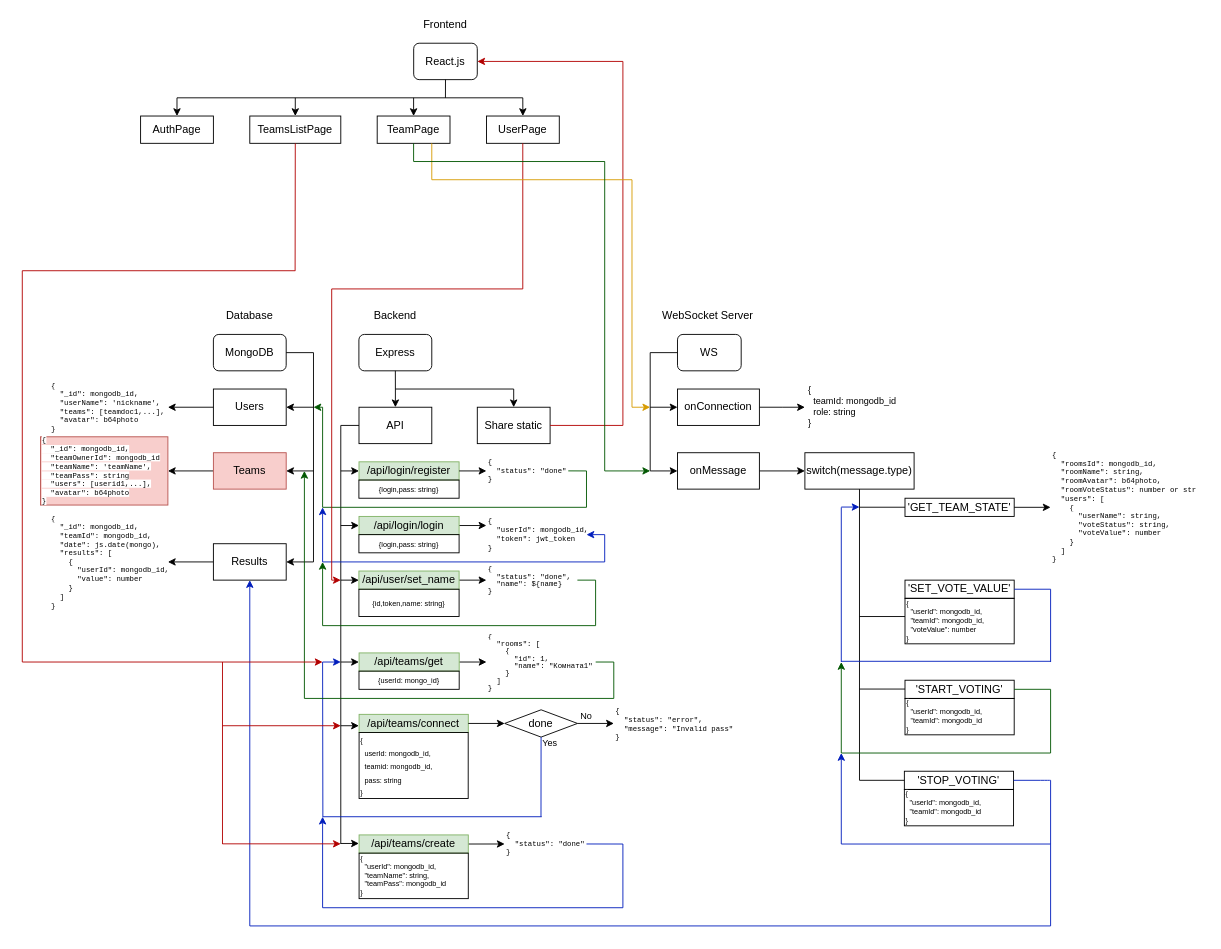
The draw.io diagram poker.drawio in qavan/planning-poker, before the edit. Source tidied: cells renumbered, new cells numbered last; positions are measured from the earlier drawing's top-left corner, leaving out a move shared by most shapes. Both pictures are drawn from the tidied source at 91%, with x=0, y=0 at pixel (22, 15).
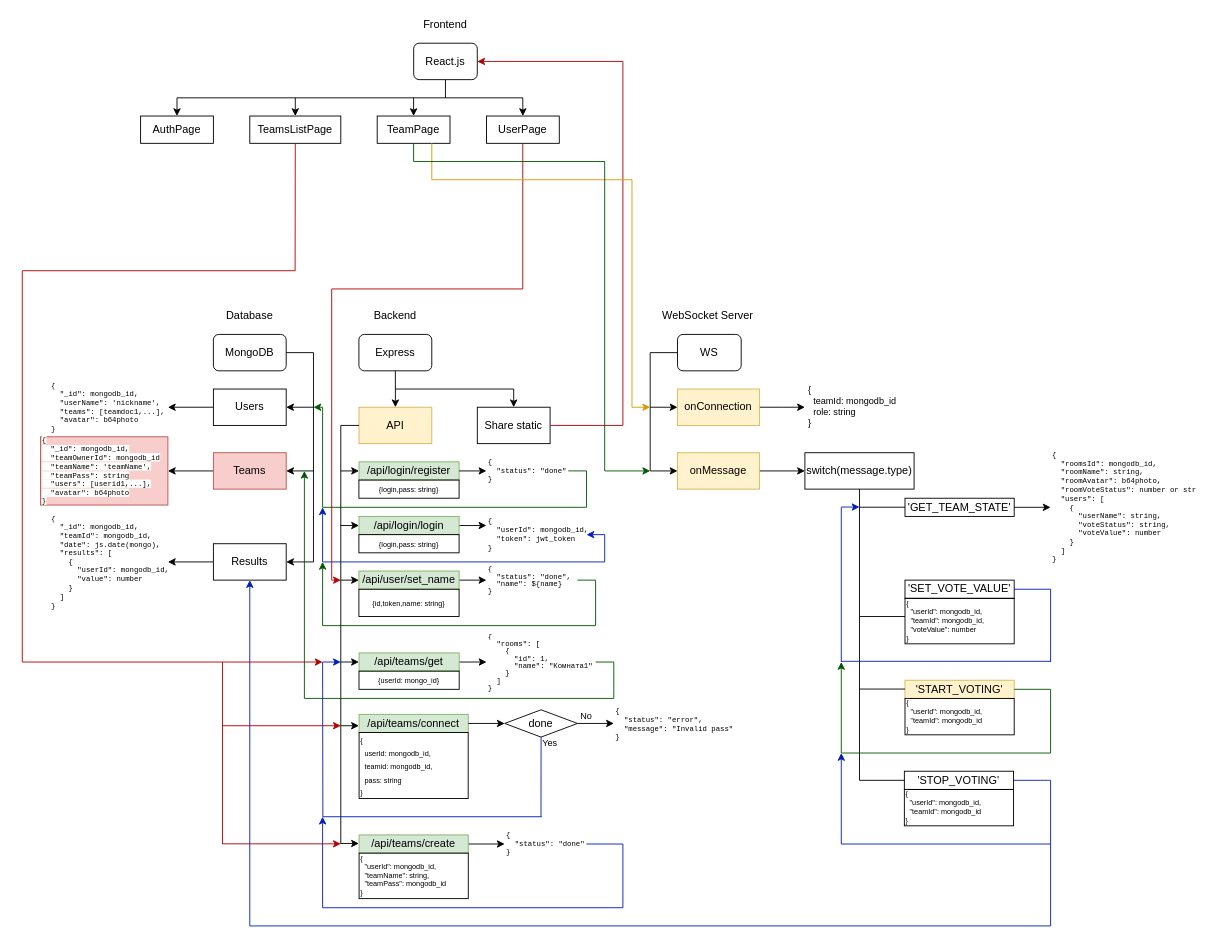
Above is the later version.

Commit message (it also covers changes not shown here):
TODO: configure ws

Change to the diagram source:
```diff
@@
-    <mxCell id="5" value="onConnection" style="rounded=0;whiteSpace=wrap;html=1;" parent="1" vertex="1">
+    <mxCell id="5" value="onConnection" style="rounded=0;whiteSpace=wrap;html=1;fillColor=#fff2cc;strokeColor=#d6b656;" parent="1" vertex="1">
       <mxGeometry x="720" y="410" width="90" height="40" as="geometry" />
     </mxCell>
@@
-    <mxCell id="7" value="onMessage" style="rounded=0;whiteSpace=wrap;html=1;" parent="1" vertex="1">
+    <mxCell id="7" value="onMessage" style="rounded=0;whiteSpace=wrap;html=1;fillColor=#fff2cc;strokeColor=#d6b656;" parent="1" vertex="1">
       <mxGeometry x="720" y="480" width="90" height="40" as="geometry" />
     </mxCell>
@@
-    <mxCell id="49" value="API" style="rounded=0;whiteSpace=wrap;html=1;" parent="1" vertex="1">
+    <mxCell id="49" value="API" style="rounded=0;whiteSpace=wrap;html=1;fillColor=#fff2cc;strokeColor=#d6b656;" parent="1" vertex="1">
       <mxGeometry x="370" y="430" width="80" height="40" as="geometry" />
     </mxCell>
@@
-    <mxCell id="95" value="'START_VOTING'" style="text;html=1;strokeColor=#000000;fillColor=none;align=center;verticalAlign=middle;whiteSpace=wrap;rounded=0;" parent="1" vertex="1">
+    <mxCell id="95" value="'START_VOTING'" style="text;html=1;strokeColor=#d6b656;fillColor=#fff2cc;align=center;verticalAlign=middle;whiteSpace=wrap;rounded=0;" parent="1" vertex="1">
       <mxGeometry x="970" y="730" width="120" height="20" as="geometry" />
     </mxCell>
```
